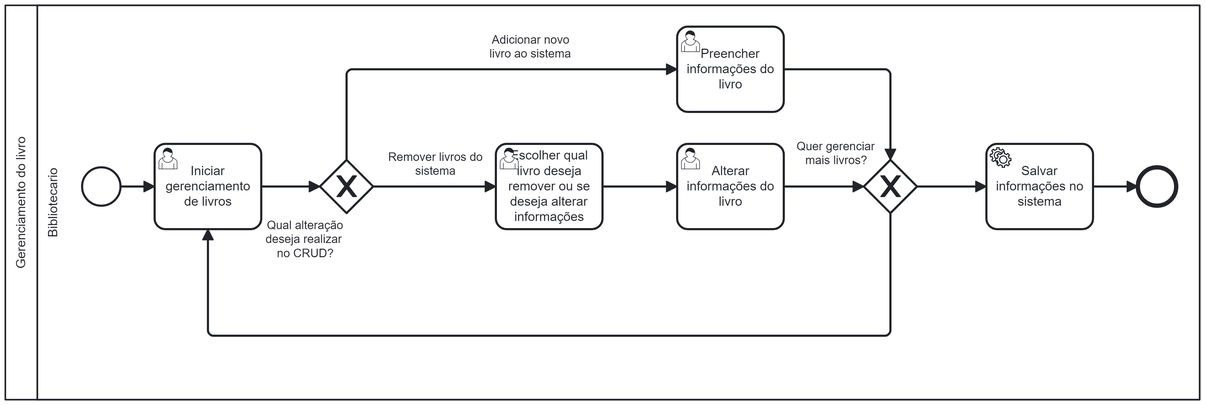
Before: docs/images/processoGL.png, a diagram exported from BPMN (arthurcuri/webook-tis2). Its source is kept beside it as docs/images/processoGL.bpmn. Ids are renumbered.
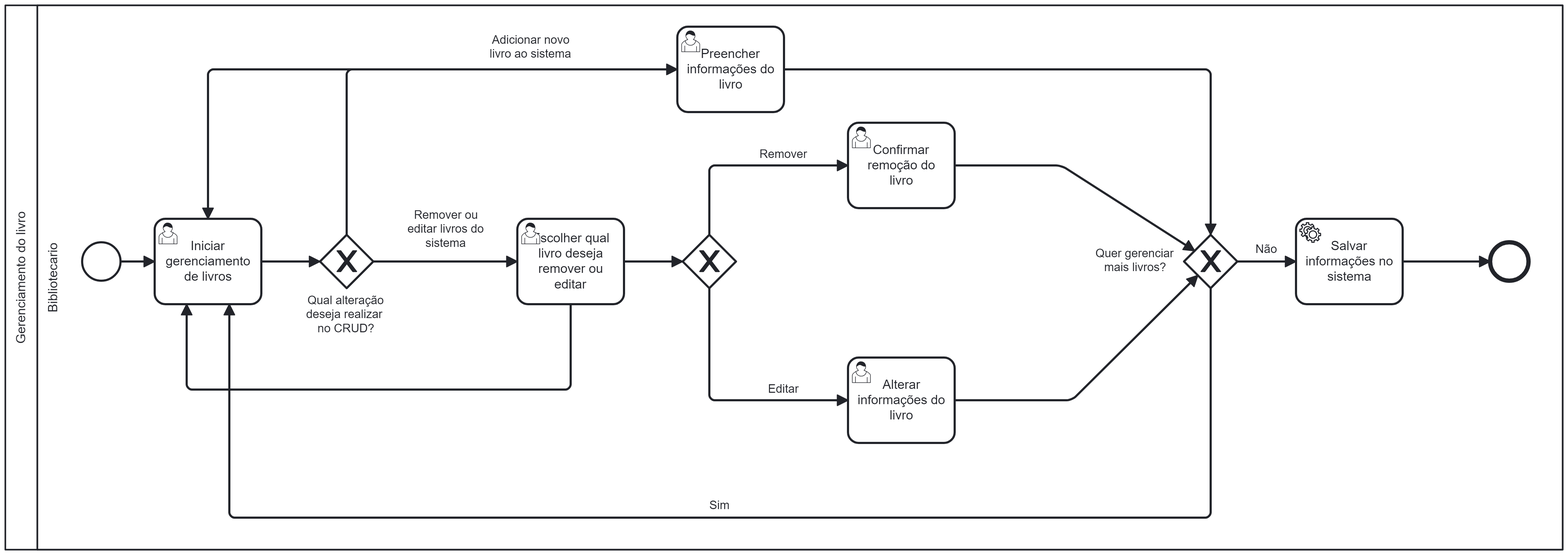
After the change.

Diff of the diagram source:
```diff
@@ -5,17 +5,43 @@
   <bpmn:process id="Process_n4" isExecutable="true">
     <bpmn:laneSet id="LaneSet_n5">
       <bpmn:lane id="Lane_n6" name="Bibliotecario">
+        <bpmn:flowNodeRef>Activity_n14</bpmn:flowNodeRef>
+        <bpmn:flowNodeRef>Activity_n9</bpmn:flowNodeRef>
         <bpmn:flowNodeRef>StartEvent_1</bpmn:flowNodeRef>
         <bpmn:flowNodeRef>Gateway_n7</bpmn:flowNodeRef>
+        <bpmn:flowNodeRef>Activity_n10</bpmn:flowNodeRef>
+        <bpmn:flowNodeRef>Gateway_n28</bpmn:flowNodeRef>
+        <bpmn:flowNodeRef>Activity_n12</bpmn:flowNodeRef>
         <bpmn:flowNodeRef>Event_n8</bpmn:flowNodeRef>
-        <bpmn:flowNodeRef>Activity_n9</bpmn:flowNodeRef>
-        <bpmn:flowNodeRef>Activity_n10</bpmn:flowNodeRef>
+        <bpmn:flowNodeRef>Gateway_n13</bpmn:flowNodeRef>
+        <bpmn:flowNodeRef>Activity_n29</bpmn:flowNodeRef>
         <bpmn:flowNodeRef>Activity_n11</bpmn:flowNodeRef>
-        <bpmn:flowNodeRef>Activity_n12</bpmn:flowNodeRef>
-        <bpmn:flowNodeRef>Gateway_n13</bpmn:flowNodeRef>
-        <bpmn:flowNodeRef>Activity_n14</bpmn:flowNodeRef>
       </bpmn:lane>
     </bpmn:laneSet>
+    <bpmn:sequenceFlow id="Flow_n15" sourceRef="StartEvent_1" targetRef="Activity_n9" />
+    <bpmn:sequenceFlow id="Flow_n16" sourceRef="Activity_n9" targetRef="Gateway_n7" />
+    <bpmn:sequenceFlow id="Flow_n17" name="Adicionar novo livro ao sistema" sourceRef="Gateway_n7" targetRef="Activity_n14" />
+    <bpmn:sequenceFlow id="Flow_n18" name="Remover ou editar livros do sistema" sourceRef="Gateway_n7" targetRef="Activity_n10" />
+    <bpmn:sequenceFlow id="Flow_n19" sourceRef="Activity_n12" targetRef="Event_n8" />
+    <bpmn:userTask id="Activity_n14" name="Preencher informações do livro">
+      <bpmn:incoming>Flow_n17</bpmn:incoming>
+      <bpmn:outgoing>Flow_n24</bpmn:outgoing>
+      <bpmn:outgoing>Flow_n30</bpmn:outgoing>
+    </bpmn:userTask>
+    <bpmn:sequenceFlow id="Flow_n24" sourceRef="Activity_n14" targetRef="Gateway_n13" />
+    <bpmn:sequenceFlow id="Flow_n31" name="Não" sourceRef="Gateway_n13" targetRef="Activity_n12" />
+    <bpmn:sequenceFlow id="Flow_n32" name="Sim" sourceRef="Gateway_n13" targetRef="Activity_n9" />
+    <bpmn:sequenceFlow id="Flow_n33" sourceRef="Activity_n29" targetRef="Gateway_n13" />
+    <bpmn:sequenceFlow id="Flow_n34" sourceRef="Activity_n11" targetRef="Gateway_n13" />
+    <bpmn:sequenceFlow id="Flow_n35" name="Remover" sourceRef="Gateway_n28" targetRef="Activity_n29" />
+    <bpmn:sequenceFlow id="Flow_n36" name="Editar" sourceRef="Gateway_n28" targetRef="Activity_n11" />
+    <bpmn:userTask id="Activity_n9" name="Iniciar gerenciamento de livros">
+      <bpmn:incoming>Flow_n15</bpmn:incoming>
+      <bpmn:incoming>Flow_n32</bpmn:incoming>
+      <bpmn:incoming>Flow_n37</bpmn:incoming>
+      <bpmn:incoming>Flow_n30</bpmn:incoming>
+      <bpmn:outgoing>Flow_n16</bpmn:outgoing>
+    </bpmn:userTask>
     <bpmn:startEvent id="StartEvent_1">
       <bpmn:outgoing>Flow_n15</bpmn:outgoing>
     </bpmn:startEvent>
@@ -24,104 +50,105 @@
       <bpmn:outgoing>Flow_n17</bpmn:outgoing>
       <bpmn:outgoing>Flow_n18</bpmn:outgoing>
     </bpmn:exclusiveGateway>
+    <bpmn:userTask id="Activity_n10" name="Escolher qual livro deseja remover ou editar">
+      <bpmn:incoming>Flow_n18</bpmn:incoming>
+      <bpmn:outgoing>Flow_n38</bpmn:outgoing>
+      <bpmn:outgoing>Flow_n37</bpmn:outgoing>
+    </bpmn:userTask>
+    <bpmn:exclusiveGateway id="Gateway_n28">
+      <bpmn:incoming>Flow_n38</bpmn:incoming>
+      <bpmn:outgoing>Flow_n35</bpmn:outgoing>
+      <bpmn:outgoing>Flow_n36</bpmn:outgoing>
+    </bpmn:exclusiveGateway>
+    <bpmn:serviceTask id="Activity_n12" name="Salvar informações no sistema">
+      <bpmn:incoming>Flow_n31</bpmn:incoming>
+      <bpmn:outgoing>Flow_n19</bpmn:outgoing>
+    </bpmn:serviceTask>
     <bpmn:endEvent id="Event_n8">
       <bpmn:incoming>Flow_n19</bpmn:incoming>
     </bpmn:endEvent>
-    <bpmn:userTask id="Activity_n9" name="Iniciar gerenciamento de livros">
-      <bpmn:incoming>Flow_n15</bpmn:incoming>
-      <bpmn:incoming>Flow_n20</bpmn:incoming>
-      <bpmn:outgoing>Flow_n16</bpmn:outgoing>
-    </bpmn:userTask>
-    <bpmn:sequenceFlow id="Flow_n15" sourceRef="StartEvent_1" targetRef="Activity_n9" />
-    <bpmn:sequenceFlow id="Flow_n16" sourceRef="Activity_n9" targetRef="Gateway_n7" />
-    <bpmn:sequenceFlow id="Flow_n17" name="Adicionar novo livro ao sistema" sourceRef="Gateway_n7" targetRef="Activity_n14" />
-    <bpmn:sequenceFlow id="Flow_n18" name="Remover livros do sistema" sourceRef="Gateway_n7" targetRef="Activity_n10" />
-    <bpmn:sequenceFlow id="Flow_n19" sourceRef="Activity_n12" targetRef="Event_n8" />
-    <bpmn:sequenceFlow id="Flow_n21" sourceRef="Activity_n10" targetRef="Activity_n11" />
-    <bpmn:userTask id="Activity_n10" name="Escolher qual livro deseja remover ou se deseja alterar informações">
-      <bpmn:incoming>Flow_n18</bpmn:incoming>
-      <bpmn:outgoing>Flow_n21</bpmn:outgoing>
+    <bpmn:exclusiveGateway id="Gateway_n13" name="Quer gerenciar mais livros?">
+      <bpmn:incoming>Flow_n24</bpmn:incoming>
+      <bpmn:incoming>Flow_n33</bpmn:incoming>
+      <bpmn:incoming>Flow_n34</bpmn:incoming>
+      <bpmn:outgoing>Flow_n31</bpmn:outgoing>
+      <bpmn:outgoing>Flow_n32</bpmn:outgoing>
+    </bpmn:exclusiveGateway>
+    <bpmn:sequenceFlow id="Flow_n38" sourceRef="Activity_n10" targetRef="Gateway_n28" />
+    <bpmn:userTask id="Activity_n29" name="Confirmar remoção do livro">
+      <bpmn:incoming>Flow_n35</bpmn:incoming>
+      <bpmn:outgoing>Flow_n33</bpmn:outgoing>
     </bpmn:userTask>
     <bpmn:userTask id="Activity_n11" name="Alterar informações do livro">
-      <bpmn:incoming>Flow_n21</bpmn:incoming>
-      <bpmn:outgoing>Flow_n22</bpmn:outgoing>
+      <bpmn:incoming>Flow_n36</bpmn:incoming>
+      <bpmn:outgoing>Flow_n34</bpmn:outgoing>
     </bpmn:userTask>
-    <bpmn:serviceTask id="Activity_n12" name="Salvar informações no sistema">
-      <bpmn:incoming>Flow_n23</bpmn:incoming>
-      <bpmn:outgoing>Flow_n19</bpmn:outgoing>
-    </bpmn:serviceTask>
-    <bpmn:exclusiveGateway id="Gateway_n13" name="Quer gerenciar mais livros?">
-      <bpmn:incoming>Flow_n22</bpmn:incoming>
-      <bpmn:incoming>Flow_n24</bpmn:incoming>
-      <bpmn:outgoing>Flow_n20</bpmn:outgoing>
-      <bpmn:outgoing>Flow_n23</bpmn:outgoing>
-    </bpmn:exclusiveGateway>
-    <bpmn:sequenceFlow id="Flow_n22" sourceRef="Activity_n11" targetRef="Gateway_n13" />
-    <bpmn:userTask id="Activity_n14" name="Preencher informações do livro">
-      <bpmn:incoming>Flow_n17</bpmn:incoming>
-      <bpmn:outgoing>Flow_n24</bpmn:outgoing>
-    </bpmn:userTask>
-    <bpmn:sequenceFlow id="Flow_n24" sourceRef="Activity_n14" targetRef="Gateway_n13" />
-    <bpmn:sequenceFlow id="Flow_n20" sourceRef="Gateway_n13" targetRef="Activity_n9" />
-    <bpmn:sequenceFlow id="Flow_n23" sourceRef="Gateway_n13" targetRef="Activity_n12" />
+    <bpmn:sequenceFlow id="Flow_n37" sourceRef="Activity_n10" targetRef="Activity_n9" />
+    <bpmn:sequenceFlow id="Flow_n30" name="" sourceRef="Activity_n14" targetRef="Activity_n9" />
   </bpmn:process>
   <bpmndi:BPMNDiagram id="BPMNDiagram_1">
     <bpmndi:BPMNPlane id="BPMNPlane_1" bpmnElement="Collaboration_n2">
       <bpmndi:BPMNShape id="Participant_n3_di" bpmnElement="Participant_n3" isHorizontal="true">
-        <dc:Bounds x="190" y="100" width="1120" height="370" />
+        <dc:Bounds x="190" y="100" width="1460" height="510" />
         <bpmndi:BPMNLabel />
       </bpmndi:BPMNShape>
       <bpmndi:BPMNShape id="Lane_n6_di" bpmnElement="Lane_n6" isHorizontal="true">
-        <dc:Bounds x="220" y="100" width="1090" height="370" />
+        <dc:Bounds x="220" y="100" width="1430" height="510" />
         <bpmndi:BPMNLabel />
-      </bpmndi:BPMNShape>
-      <bpmndi:BPMNShape id="BPMNShape_n25" bpmnElement="StartEvent_1">
-        <dc:Bounds x="262" y="252" width="36" height="36" />
-      </bpmndi:BPMNShape>
-      <bpmndi:BPMNShape id="Gateway_n7_di" bpmnElement="Gateway_n7" isMarkerVisible="true">
-        <dc:Bounds x="485" y="245" width="50" height="50" />
-        <bpmndi:BPMNLabel>
-          <dc:Bounds x="434" y="300" width="74" height="40" />
-        </bpmndi:BPMNLabel>
-      </bpmndi:BPMNShape>
-      <bpmndi:BPMNShape id="BPMNShape_n26" bpmnElement="Event_n8">
-        <dc:Bounds x="1252" y="252" width="36" height="36" />
-      </bpmndi:BPMNShape>
-      <bpmndi:BPMNShape id="Activity_0z62mww_di" bpmnElement="Activity_n9">
-        <dc:Bounds x="330" y="230" width="100" height="80" />
-      </bpmndi:BPMNShape>
-      <bpmndi:BPMNShape id="Activity_1feagmi_di" bpmnElement="Activity_n10">
-        <dc:Bounds x="650" y="230" width="100" height="80" />
-        <bpmndi:BPMNLabel />
-      </bpmndi:BPMNShape>
-      <bpmndi:BPMNShape id="Activity_0bohf9l_di" bpmnElement="Activity_n11">
-        <dc:Bounds x="820" y="230" width="100" height="80" />
-        <bpmndi:BPMNLabel />
-      </bpmndi:BPMNShape>
-      <bpmndi:BPMNShape id="BPMNShape_n27" bpmnElement="Activity_n12">
-        <dc:Bounds x="1110" y="230" width="100" height="80" />
-        <bpmndi:BPMNLabel />
-      </bpmndi:BPMNShape>
-      <bpmndi:BPMNShape id="Gateway_n13_di" bpmnElement="Gateway_n13" isMarkerVisible="true">
-        <dc:Bounds x="995" y="245" width="50" height="50" />
-        <bpmndi:BPMNLabel>
-          <dc:Bounds x="932" y="226" width="75" height="27" />
-        </bpmndi:BPMNLabel>
       </bpmndi:BPMNShape>
       <bpmndi:BPMNShape id="Activity_1acflxl_di" bpmnElement="Activity_n14">
         <dc:Bounds x="820" y="120" width="100" height="80" />
         <bpmndi:BPMNLabel />
       </bpmndi:BPMNShape>
+      <bpmndi:BPMNShape id="Activity_0z62mww_di" bpmnElement="Activity_n9">
+        <dc:Bounds x="330" y="300" width="100" height="80" />
+      </bpmndi:BPMNShape>
+      <bpmndi:BPMNShape id="BPMNShape_n25" bpmnElement="StartEvent_1">
+        <dc:Bounds x="262" y="322" width="36" height="36" />
+      </bpmndi:BPMNShape>
+      <bpmndi:BPMNShape id="Gateway_n7_di" bpmnElement="Gateway_n7" isMarkerVisible="true">
+        <dc:Bounds x="485" y="315" width="50" height="50" />
+        <bpmndi:BPMNLabel>
+          <dc:Bounds x="472" y="370" width="75" height="40" />
+        </bpmndi:BPMNLabel>
+      </bpmndi:BPMNShape>
+      <bpmndi:BPMNShape id="Activity_1feagmi_di" bpmnElement="Activity_n10">
+        <dc:Bounds x="670" y="300" width="100" height="80" />
+        <bpmndi:BPMNLabel />
+      </bpmndi:BPMNShape>
+      <bpmndi:BPMNShape id="Gateway_n28_di" bpmnElement="Gateway_n28" isMarkerVisible="true">
+        <dc:Bounds x="825" y="315" width="50" height="50" />
+      </bpmndi:BPMNShape>
+      <bpmndi:BPMNShape id="BPMNShape_n27" bpmnElement="Activity_n12">
+        <dc:Bounds x="1400" y="300" width="100" height="80" />
+        <bpmndi:BPMNLabel />
+      </bpmndi:BPMNShape>
+      <bpmndi:BPMNShape id="BPMNShape_n26" bpmnElement="Event_n8">
+        <dc:Bounds x="1582" y="322" width="36" height="36" />
+      </bpmndi:BPMNShape>
+      <bpmndi:BPMNShape id="Gateway_n13_di" bpmnElement="Gateway_n13" isMarkerVisible="true">
+        <dc:Bounds x="1295" y="315" width="50" height="50" />
+        <bpmndi:BPMNLabel>
+          <dc:Bounds x="1212" y="326" width="75" height="27" />
+        </bpmndi:BPMNLabel>
+      </bpmndi:BPMNShape>
+      <bpmndi:BPMNShape id="Activity_1uo338i_di" bpmnElement="Activity_n29">
+        <dc:Bounds x="980" y="210" width="100" height="80" />
+      </bpmndi:BPMNShape>
+      <bpmndi:BPMNShape id="Activity_0bohf9l_di" bpmnElement="Activity_n11">
+        <dc:Bounds x="980" y="430" width="100" height="80" />
+        <bpmndi:BPMNLabel />
+      </bpmndi:BPMNShape>
       <bpmndi:BPMNEdge id="Flow_n15_di" bpmnElement="Flow_n15">
-        <di:waypoint x="298" y="270" />
-        <di:waypoint x="330" y="270" />
+        <di:waypoint x="298" y="340" />
+        <di:waypoint x="330" y="340" />
       </bpmndi:BPMNEdge>
       <bpmndi:BPMNEdge id="Flow_n16_di" bpmnElement="Flow_n16">
-        <di:waypoint x="430" y="270" />
-        <di:waypoint x="485" y="270" />
+        <di:waypoint x="430" y="340" />
+        <di:waypoint x="485" y="340" />
       </bpmndi:BPMNEdge>
       <bpmndi:BPMNEdge id="Flow_n17_di" bpmnElement="Flow_n17">
-        <di:waypoint x="510" y="245" />
+        <di:waypoint x="510" y="315" />
         <di:waypoint x="510" y="160" />
         <di:waypoint x="820" y="160" />
         <bpmndi:BPMNLabel>
@@ -129,38 +156,77 @@
         </bpmndi:BPMNLabel>
       </bpmndi:BPMNEdge>
       <bpmndi:BPMNEdge id="Flow_n18_di" bpmnElement="Flow_n18">
-        <di:waypoint x="535" y="270" />
-        <di:waypoint x="650" y="270" />
+        <di:waypoint x="535" y="340" />
+        <di:waypoint x="670" y="340" />
         <bpmndi:BPMNLabel>
-          <dc:Bounds x="549" y="236" width="90" height="27" />
+          <dc:Bounds x="567" y="290" width="73" height="40" />
         </bpmndi:BPMNLabel>
       </bpmndi:BPMNEdge>
       <bpmndi:BPMNEdge id="Flow_n19_di" bpmnElement="Flow_n19">
-        <di:waypoint x="1210" y="270" />
-        <di:waypoint x="1252" y="270" />
-      </bpmndi:BPMNEdge>
-      <bpmndi:BPMNEdge id="Flow_n21_di" bpmnElement="Flow_n21">
-        <di:waypoint x="750" y="270" />
-        <di:waypoint x="820" y="270" />
-      </bpmndi:BPMNEdge>
-      <bpmndi:BPMNEdge id="Flow_n22_di" bpmnElement="Flow_n22">
-        <di:waypoint x="920" y="270" />
-        <di:waypoint x="995" y="270" />
+        <di:waypoint x="1500" y="340" />
+        <di:waypoint x="1582" y="340" />
       </bpmndi:BPMNEdge>
       <bpmndi:BPMNEdge id="Flow_n24_di" bpmnElement="Flow_n24">
         <di:waypoint x="920" y="160" />
-        <di:waypoint x="1020" y="160" />
-        <di:waypoint x="1020" y="245" />
+        <di:waypoint x="1320" y="160" />
+        <di:waypoint x="1320" y="315" />
       </bpmndi:BPMNEdge>
-      <bpmndi:BPMNEdge id="Flow_n20_di" bpmnElement="Flow_n20">
-        <di:waypoint x="1020" y="295" />
-        <di:waypoint x="1020" y="410" />
-        <di:waypoint x="380" y="410" />
-        <di:waypoint x="380" y="310" />
+      <bpmndi:BPMNEdge id="Flow_n31_di" bpmnElement="Flow_n31">
+        <di:waypoint x="1345" y="340" />
+        <di:waypoint x="1400" y="340" />
+        <bpmndi:BPMNLabel>
+          <dc:Bounds x="1362" y="322" width="21" height="14" />
+        </bpmndi:BPMNLabel>
       </bpmndi:BPMNEdge>
-      <bpmndi:BPMNEdge id="Flow_n23_di" bpmnElement="Flow_n23">
-        <di:waypoint x="1045" y="270" />
-        <di:waypoint x="1110" y="270" />
+      <bpmndi:BPMNEdge id="Flow_n32_di" bpmnElement="Flow_n32">
+        <di:waypoint x="1320" y="365" />
+        <di:waypoint x="1320" y="580" />
+        <di:waypoint x="400" y="580" />
+        <di:waypoint x="400" y="380" />
+        <bpmndi:BPMNLabel>
+          <dc:Bounds x="850" y="562" width="20" height="14" />
+        </bpmndi:BPMNLabel>
+      </bpmndi:BPMNEdge>
+      <bpmndi:BPMNEdge id="Flow_n33_di" bpmnElement="Flow_n33">
+        <di:waypoint x="1080" y="250" />
+        <di:waypoint x="1180" y="250" />
+        <di:waypoint x="1305" y="330" />
+      </bpmndi:BPMNEdge>
+      <bpmndi:BPMNEdge id="Flow_n34_di" bpmnElement="Flow_n34">
+        <di:waypoint x="1080" y="470" />
+        <di:waypoint x="1190" y="470" />
+        <di:waypoint x="1308" y="353" />
+      </bpmndi:BPMNEdge>
+      <bpmndi:BPMNEdge id="Flow_n35_di" bpmnElement="Flow_n35">
+        <di:waypoint x="850" y="315" />
+        <di:waypoint x="850" y="250" />
+        <di:waypoint x="980" y="250" />
+        <bpmndi:BPMNLabel>
+          <dc:Bounds x="897" y="233" width="46" height="14" />
+        </bpmndi:BPMNLabel>
+      </bpmndi:BPMNEdge>
+      <bpmndi:BPMNEdge id="Flow_n36_di" bpmnElement="Flow_n36">
+        <di:waypoint x="850" y="365" />
+        <di:waypoint x="850" y="470" />
+        <di:waypoint x="980" y="470" />
+        <bpmndi:BPMNLabel>
+          <dc:Bounds x="905" y="453" width="30" height="14" />
+        </bpmndi:BPMNLabel>
+      </bpmndi:BPMNEdge>
+      <bpmndi:BPMNEdge id="Flow_n38_di" bpmnElement="Flow_n38">
+        <di:waypoint x="770" y="340" />
+        <di:waypoint x="825" y="340" />
+      </bpmndi:BPMNEdge>
+      <bpmndi:BPMNEdge id="Flow_n37_di" bpmnElement="Flow_n37">
+        <di:waypoint x="720" y="380" />
+        <di:waypoint x="720" y="460" />
+        <di:waypoint x="360" y="460" />
+        <di:waypoint x="360" y="380" />
+      </bpmndi:BPMNEdge>
+      <bpmndi:BPMNEdge id="Flow_n30_di" bpmnElement="Flow_n30">
+        <di:waypoint x="820" y="160" />
+        <di:waypoint x="380" y="160" />
+        <di:waypoint x="380" y="300" />
       </bpmndi:BPMNEdge>
     </bpmndi:BPMNPlane>
   </bpmndi:BPMNDiagram>
```
